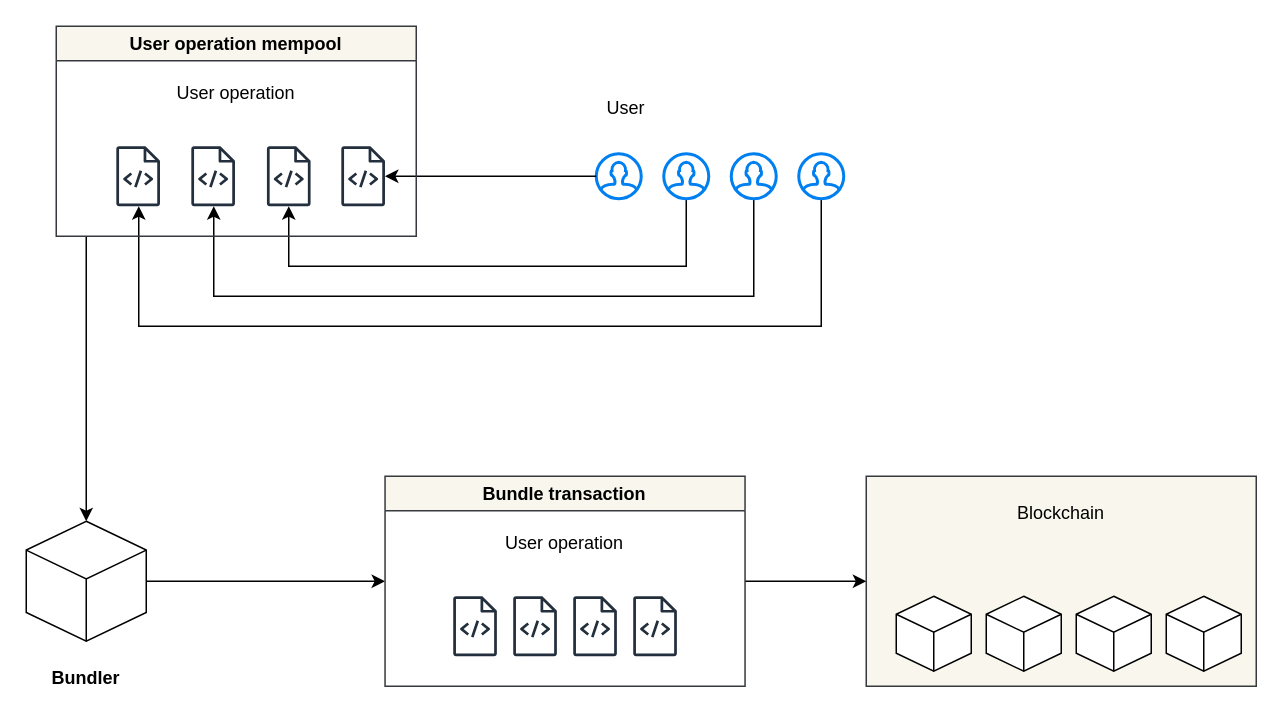
phamhongphuc1999/account-abstraction-app keeps this draw.io diagram as page "bundler" (3 of 15) of documents/master.drawio. Above is the earlier version. Source tidied: cells renumbered, new cells numbered last; positions are measured from the earlier drawing's top-left corner, leaving out a move shared by most shapes. Both pictures are drawn from the tidied source at 150%, with x=0, y=0 at pixel (26, 26).
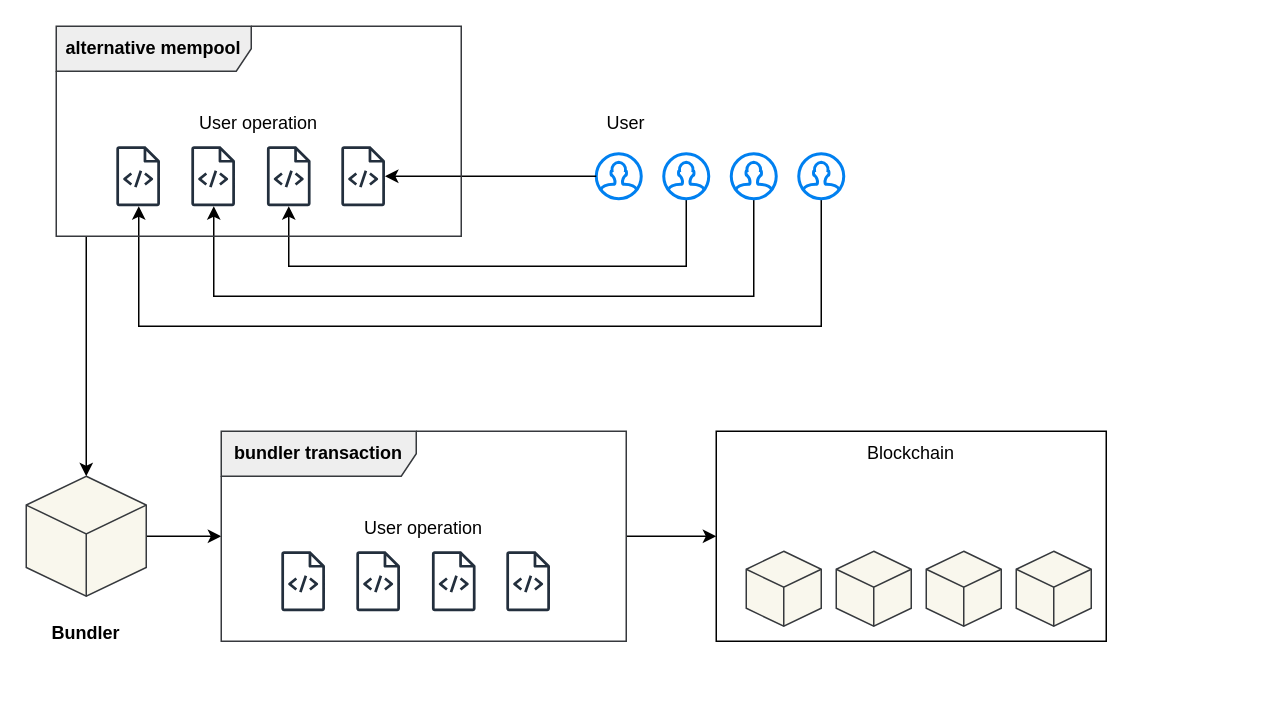
Above is the later version.

Change to the diagram source:
```diff
@@
-    <mxCell id="2" style="rounded=0;whiteSpace=wrap;html=1;fillColor=#f9f7ed;strokeColor=#36393d;" parent="1" vertex="1">
-      <mxGeometry x="560" y="300" width="260" height="140" as="geometry" />
+    <mxCell id="2" style="rounded=0;whiteSpace=wrap;html=1;" parent="1" vertex="1">
+      <mxGeometry x="460" y="270" width="260" height="140" as="geometry" />
     </mxCell>
@@
-    <mxCell id="15" style="edgeStyle=orthogonalEdgeStyle;rounded=0;jettySize=auto;html=1;entryX=0;entryY=0.5;entryDx=0;entryDy=0;" parent="1" edge="1" source="16" target="19">
-      <mxGeometry relative="1" as="geometry" />
-    </mxCell>
+    <mxCell id="34" style="edgeStyle=orthogonalEdgeStyle;rounded=0;jettySize=auto;html=1;" parent="1" edge="1" source="16" target="38">
+      <mxGeometry relative="1" as="geometry" />
+    </mxCell>
-    <mxCell id="16" style="html=1;whiteSpace=wrap;shape=isoCube2;backgroundOutline=1;isoAngle=15;" parent="1" vertex="1">
-      <mxGeometry y="330" width="80" height="80" as="geometry" />
+    <mxCell id="16" style="html=1;whiteSpace=wrap;shape=isoCube2;backgroundOutline=1;isoAngle=15;fillColor=#f9f7ed;strokeColor=#36393d;" parent="1" vertex="1">
+      <mxGeometry y="300" width="80" height="80" as="geometry" />
     </mxCell>
@@
-    <mxCell id="18" style="edgeStyle=orthogonalEdgeStyle;rounded=0;jettySize=auto;html=1;entryX=0;entryY=0.5;entryDx=0;entryDy=0;" parent="1" edge="1" source="19" target="2">
-      <mxGeometry relative="1" as="geometry" />
-    </mxCell>
-    <mxCell id="19" value="Bundle transaction" style="swimlane;whiteSpace=wrap;html=1;fillColor=#f9f7ed;strokeColor=#36393d;" parent="1" vertex="1">
-      <mxGeometry x="239.2" y="300" width="240" height="140" as="geometry" />
-    </mxCell>
-    <mxCell id="20" style="sketch=0;fontColor=#232F3E;gradientColor=none;fillColor=#232F3D;strokeColor=none;dashed=0;verticalLabelPosition=bottom;verticalAlign=top;align=center;html=1;fontSize=12;fontStyle=0;shape=mxgraph.aws4.source_code;" parent="19" vertex="1">
-      <mxGeometry x="45.4" y="80" width="29.2" height="40" as="geometry" />
-    </mxCell>
-    <mxCell id="21" style="sketch=0;fontColor=#232F3E;gradientColor=none;fillColor=#232F3D;strokeColor=none;dashed=0;verticalLabelPosition=bottom;verticalAlign=top;align=center;html=1;fontSize=12;fontStyle=0;shape=mxgraph.aws4.source_code;" parent="19" vertex="1">
-      <mxGeometry x="85.4" y="80" width="29.2" height="40" as="geometry" />
-    </mxCell>
-    <mxCell id="22" style="sketch=0;fontColor=#232F3E;gradientColor=none;fillColor=#232F3D;strokeColor=none;dashed=0;verticalLabelPosition=bottom;verticalAlign=top;align=center;html=1;fontSize=12;fontStyle=0;shape=mxgraph.aws4.source_code;" parent="19" vertex="1">
-      <mxGeometry x="125.4" y="80" width="29.2" height="40" as="geometry" />
-    </mxCell>
-    <mxCell id="23" style="sketch=0;fontColor=#232F3E;gradientColor=none;fillColor=#232F3D;strokeColor=none;dashed=0;verticalLabelPosition=bottom;verticalAlign=top;align=center;html=1;fontSize=12;fontStyle=0;shape=mxgraph.aws4.source_code;" parent="19" vertex="1">
-      <mxGeometry x="165.4" y="80" width="29.2" height="40" as="geometry" />
-    </mxCell>
-    <mxCell id="24" value="User operation" style="text;html=1;align=center;verticalAlign=middle;whiteSpace=wrap;rounded=0;" parent="19" vertex="1">
-      <mxGeometry y="30" width="240" height="30" as="geometry" />
-    </mxCell>
-    <mxCell id="25" value="User operation mempool" style="swimlane;whiteSpace=wrap;html=1;fillColor=#f9f7ed;strokeColor=#36393d;startSize=23;" parent="1" vertex="1">
-      <mxGeometry x="20" width="240" height="140" as="geometry" />
-    </mxCell>
-    <mxCell id="26" value="User operation" style="text;html=1;align=center;verticalAlign=middle;whiteSpace=wrap;rounded=0;" parent="25" vertex="1">
-      <mxGeometry y="30" width="240" height="30" as="geometry" />
-    </mxCell>
     <mxCell id="27" value="User" style="text;html=1;align=center;verticalAlign=middle;whiteSpace=wrap;rounded=0;" parent="1" vertex="1">
-      <mxGeometry x="370" y="40" width="60" height="30" as="geometry" />
+      <mxGeometry x="370" y="50" width="60" height="30" as="geometry" />
     </mxCell>
     <mxCell id="28" value="&lt;b&gt;Bundler&lt;/b&gt;" style="text;html=1;align=center;verticalAlign=middle;whiteSpace=wrap;rounded=0;" parent="1" vertex="1">
-      <mxGeometry x="10" y="420" width="60" height="30" as="geometry" />
+      <mxGeometry x="10" y="390" width="60" height="30" as="geometry" />
     </mxCell>
-    <mxCell id="29" style="html=1;whiteSpace=wrap;shape=isoCube2;backgroundOutline=1;isoAngle=15;" parent="1" vertex="1">
-      <mxGeometry x="580" y="380" width="50" height="50" as="geometry" />
+    <mxCell id="29" style="html=1;whiteSpace=wrap;shape=isoCube2;backgroundOutline=1;isoAngle=15;fillColor=#f9f7ed;strokeColor=#36393d;" parent="1" vertex="1">
+      <mxGeometry x="480" y="350" width="50" height="50" as="geometry" />
     </mxCell>
-    <mxCell id="30" style="html=1;whiteSpace=wrap;shape=isoCube2;backgroundOutline=1;isoAngle=15;" parent="1" vertex="1">
-      <mxGeometry x="640" y="380" width="50" height="50" as="geometry" />
+    <mxCell id="30" style="html=1;whiteSpace=wrap;shape=isoCube2;backgroundOutline=1;isoAngle=15;fillColor=#f9f7ed;strokeColor=#36393d;" parent="1" vertex="1">
+      <mxGeometry x="540" y="350" width="50" height="50" as="geometry" />
     </mxCell>
-    <mxCell id="31" style="html=1;whiteSpace=wrap;shape=isoCube2;backgroundOutline=1;isoAngle=15;" parent="1" vertex="1">
-      <mxGeometry x="700" y="380" width="50" height="50" as="geometry" />
+    <mxCell id="31" style="html=1;whiteSpace=wrap;shape=isoCube2;backgroundOutline=1;isoAngle=15;fillColor=#f9f7ed;strokeColor=#36393d;" parent="1" vertex="1">
+      <mxGeometry x="600" y="350" width="50" height="50" as="geometry" />
     </mxCell>
-    <mxCell id="32" style="html=1;whiteSpace=wrap;shape=isoCube2;backgroundOutline=1;isoAngle=15;" parent="1" vertex="1">
-      <mxGeometry x="760" y="380" width="50" height="50" as="geometry" />
+    <mxCell id="32" style="html=1;whiteSpace=wrap;shape=isoCube2;backgroundOutline=1;isoAngle=15;fillColor=#f9f7ed;strokeColor=#36393d;" parent="1" vertex="1">
+      <mxGeometry x="660" y="350" width="50" height="50" as="geometry" />
     </mxCell>
     <mxCell id="33" value="Blockchain" style="text;html=1;align=center;verticalAlign=middle;whiteSpace=wrap;rounded=0;" parent="1" vertex="1">
-      <mxGeometry x="570" y="310" width="240" height="30" as="geometry" />
+      <mxGeometry x="460" y="270" width="260" height="30" as="geometry" />
     </mxCell>
+    <mxCell id="35" value="&lt;b&gt;alternative mempool&lt;/b&gt;" style="shape=umlFrame;whiteSpace=wrap;html=1;width=130;height=30;fillColor=#eeeeee;strokeColor=#36393d;" parent="1" vertex="1">
+      <mxGeometry x="20" width="270" height="140" as="geometry" />
+    </mxCell>
+    <mxCell id="36" value="User operation" style="text;html=1;align=center;verticalAlign=middle;whiteSpace=wrap;rounded=0;" parent="1" vertex="1">
+      <mxGeometry x="35" y="50" width="240" height="30" as="geometry" />
+    </mxCell>
+    <mxCell id="37" style="edgeStyle=orthogonalEdgeStyle;rounded=0;jettySize=auto;html=1;entryX=0;entryY=0.5;entryDx=0;entryDy=0;" parent="1" edge="1" source="38" target="2">
+      <mxGeometry relative="1" as="geometry" />
+    </mxCell>
+    <mxCell id="38" value="&lt;b&gt;bundler transaction&lt;/b&gt;" style="shape=umlFrame;whiteSpace=wrap;html=1;width=130;height=30;fillColor=#eeeeee;strokeColor=#36393d;" parent="1" vertex="1">
+      <mxGeometry x="130" y="270" width="270" height="140" as="geometry" />
+    </mxCell>
+    <mxCell id="39" style="sketch=0;fontColor=#232F3E;gradientColor=none;fillColor=#232F3D;strokeColor=none;dashed=0;verticalLabelPosition=bottom;verticalAlign=top;align=center;html=1;fontSize=12;fontStyle=0;shape=mxgraph.aws4.source_code;" parent="1" vertex="1">
+      <mxGeometry x="170" y="350" width="29.2" height="40" as="geometry" />
+    </mxCell>
+    <mxCell id="40" style="sketch=0;fontColor=#232F3E;gradientColor=none;fillColor=#232F3D;strokeColor=none;dashed=0;verticalLabelPosition=bottom;verticalAlign=top;align=center;html=1;fontSize=12;fontStyle=0;shape=mxgraph.aws4.source_code;" parent="1" vertex="1">
+      <mxGeometry x="220" y="350" width="29.2" height="40" as="geometry" />
+    </mxCell>
+    <mxCell id="41" style="sketch=0;fontColor=#232F3E;gradientColor=none;fillColor=#232F3D;strokeColor=none;dashed=0;verticalLabelPosition=bottom;verticalAlign=top;align=center;html=1;fontSize=12;fontStyle=0;shape=mxgraph.aws4.source_code;" parent="1" vertex="1">
+      <mxGeometry x="270.4" y="350" width="29.2" height="40" as="geometry" />
+    </mxCell>
+    <mxCell id="42" style="sketch=0;fontColor=#232F3E;gradientColor=none;fillColor=#232F3D;strokeColor=none;dashed=0;verticalLabelPosition=bottom;verticalAlign=top;align=center;html=1;fontSize=12;fontStyle=0;shape=mxgraph.aws4.source_code;" parent="1" vertex="1">
+      <mxGeometry x="320" y="350" width="29.2" height="40" as="geometry" />
+    </mxCell>
+    <mxCell id="43" value="User operation" style="text;html=1;align=center;verticalAlign=middle;whiteSpace=wrap;rounded=0;" parent="1" vertex="1">
+      <mxGeometry x="145" y="320" width="240" height="30" as="geometry" />
+    </mxCell>
```
